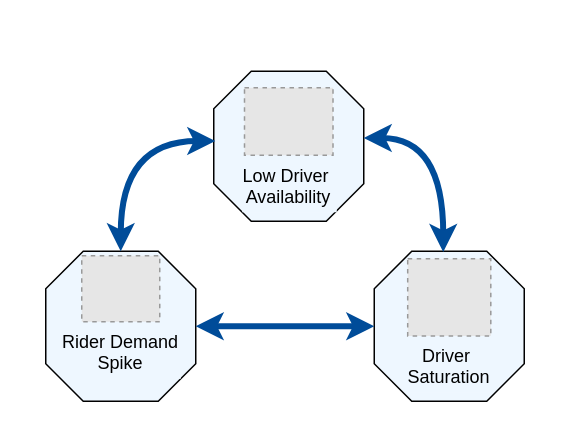
Earlier version of the draw.io diagram Drawio Files/Figure1_diagram.drawio (kangss1/Project-Uber). Source tidied: cells renumbered, new cells numbered last; positions are measured from the earlier drawing's top-left corner, leaving out a move shared by most shapes. Both pictures are drawn from the tidied source at 150%, with x=0, y=0 at pixel (45, 70). Pictures stored in the file or linked from it are replaced by grey dashed boxes.
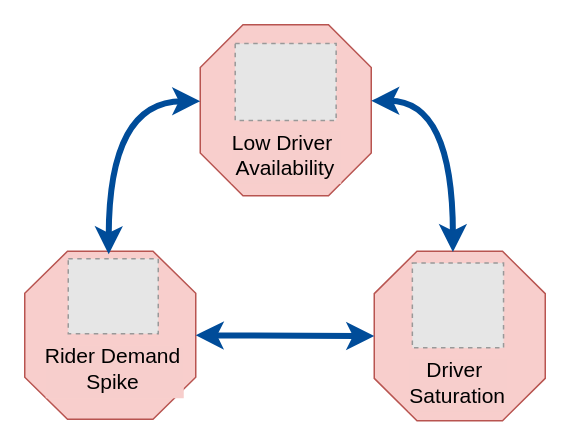
Above is the later version.

Change to the diagram source:
```diff
@@
 <mxGraphModel>
   <root>
     <mxCell id="0" />
     <mxCell id="1" parent="0" />
-    <mxCell id="2" style="group;" parent="1" vertex="1">
-      <mxGeometry y="120" width="100" height="100" as="geometry" />
+    <mxCell id="2" style="group;labelBackgroundColor=light-dark(#f7cecc, #ededed);" parent="1" vertex="1">
+      <mxGeometry x="-14" y="120" width="114" height="112" as="geometry" />
     </mxCell>
-    <mxCell id="3" style="verticalLabelPosition=bottom;verticalAlign=top;html=1;shape=mxgraph.basic.polygon;polyCoords=[[0.25,0],[0.75,0],[1,0.25],[1,0.75],[0.75,1],[0.25,1],[0,0.75],[0,0.25]];polyline=0;fillColor=light-dark(#eef7ff, #ededed);" parent="2" vertex="1">
-      <mxGeometry width="100" height="100" as="geometry" />
+    <mxCell id="3" style="verticalLabelPosition=bottom;verticalAlign=top;html=1;shape=mxgraph.basic.polygon;polyCoords=[[0.25,0],[0.75,0],[1,0.25],[1,0.75],[0.75,1],[0.25,1],[0,0.75],[0,0.25]];polyline=0;fillColor=#f8cecc;strokeColor=#b85450;" parent="2" vertex="1">
+      <mxGeometry width="114" height="112" as="geometry" />
     </mxCell>
-    <mxCell id="4" value="Rider Demand&#10;Spike" style="fillColor=#E6E6E6;strokeColor=#999999;dashed=1;verticalLabelPosition=bottom;labelBackgroundColor=light-dark(#eef7ff, #ededed);verticalAlign=top;align=center;" parent="2" vertex="1">
-      <mxGeometry x="24" y="3" width="52" height="44" as="geometry" />
+    <mxCell id="4" value="Rider Demand&#10;Spike" style="fillColor=#E6E6E6;strokeColor=#999999;dashed=1;verticalLabelPosition=bottom;labelBackgroundColor=light-dark(#f7cecc, #ededed);verticalAlign=top;align=center;fontColor=default;fontSize=14;" parent="2" vertex="1">
+      <mxGeometry x="29" y="5" width="60" height="50" as="geometry" />
     </mxCell>
     <mxCell id="5" style="group;" parent="1" vertex="1">
-      <mxGeometry x="219" y="120" width="100" height="100" as="geometry" />
+      <mxGeometry x="219" y="120" width="114" height="113" as="geometry" />
     </mxCell>
-    <mxCell id="6" style="verticalLabelPosition=bottom;verticalAlign=top;html=1;shape=mxgraph.basic.polygon;polyCoords=[[0.25,0],[0.75,0],[1,0.25],[1,0.75],[0.75,1],[0.25,1],[0,0.75],[0,0.25]];polyline=0;fillColor=light-dark(#eef7ff, #ededed);" parent="5" vertex="1">
-      <mxGeometry width="100" height="100" as="geometry" />
+    <mxCell id="6" style="verticalLabelPosition=bottom;verticalAlign=top;html=1;shape=mxgraph.basic.polygon;polyCoords=[[0.25,0],[0.75,0],[1,0.25],[1,0.75],[0.75,1],[0.25,1],[0,0.75],[0,0.25]];polyline=0;fillColor=#f8cecc;strokeColor=#b85450;" parent="5" vertex="1">
+      <mxGeometry width="114" height="113" as="geometry" />
     </mxCell>
-    <mxCell id="7" value="Driver &#10;Saturation" style="fillColor=#E6E6E6;strokeColor=#999999;dashed=1;verticalLabelPosition=bottom;labelBackgroundColor=light-dark(#eef7ff, #ededed);verticalAlign=top;align=center;" parent="5" vertex="1">
-      <mxGeometry x="22.3" y="5" width="55.4" height="51.5" as="geometry" />
+    <mxCell id="7" value="Driver &#10;Saturation" style="fillColor=#E6E6E6;strokeColor=#999999;dashed=1;verticalLabelPosition=bottom;labelBackgroundColor=light-dark(#f7cecc, #ededed);verticalAlign=top;align=center;fontSize=14;spacingBottom=1;" parent="5" vertex="1">
+      <mxGeometry x="25.4" y="7.9" width="60.8" height="56.5" as="geometry" />
     </mxCell>
     <mxCell id="8" style="group;" parent="1" vertex="1">
-      <mxGeometry x="112" width="100" height="100" as="geometry" />
+      <mxGeometry x="103" y="-31" width="114" height="114" as="geometry" />
     </mxCell>
-    <mxCell id="9" style="verticalLabelPosition=bottom;verticalAlign=top;html=1;shape=mxgraph.basic.polygon;polyCoords=[[0.25,0],[0.75,0],[1,0.25],[1,0.75],[0.75,1],[0.25,1],[0,0.75],[0,0.25]];polyline=0;fillColor=light-dark(#eef7ff, #ededed);" parent="8" vertex="1">
-      <mxGeometry width="100" height="100" as="geometry" />
+    <mxCell id="9" style="verticalLabelPosition=bottom;verticalAlign=top;html=1;shape=mxgraph.basic.polygon;polyCoords=[[0.25,0],[0.75,0],[1,0.25],[1,0.75],[0.75,1],[0.25,1],[0,0.75],[0,0.25]];polyline=0;fillColor=#f8cecc;strokeColor=#b85450;" parent="8" vertex="1">
+      <mxGeometry width="114" height="114" as="geometry" />
     </mxCell>
-    <mxCell id="10" value="Low Driver &#10;Availability" style="fillColor=#E6E6E6;strokeColor=#999999;dashed=1;verticalLabelPosition=bottom;labelBackgroundColor=light-dark(#eef7ff, #ededed);verticalAlign=top;" parent="8" vertex="1">
-      <mxGeometry x="20.5" y="11" width="59" height="45" as="geometry" />
+    <mxCell id="10" value="Low Driver &#10;Availability" style="fillColor=#E6E6E6;strokeColor=#999999;dashed=1;verticalLabelPosition=bottom;labelBackgroundColor=light-dark(#f7cecc, #ededed);verticalAlign=top;fontSize=14;" parent="8" vertex="1">
+      <mxGeometry x="23.3" y="12.5" width="67.3" height="51.3" as="geometry" />
     </mxCell>
     <mxCell id="11" style="edgeStyle=orthogonalEdgeStyle;rounded=0;jettySize=auto;html=1;entryX=1;entryY=0.445;entryDx=0;entryDy=0;entryPerimeter=0;exitX=0.46;exitY=0.005;exitDx=0;exitDy=0;curved=1;exitPerimeter=0;strokeWidth=4;startArrow=classic;startFill=1;fillColor=#dae8fc;strokeColor=#004C99;" parent="1" edge="1" source="6" target="9">
       <mxGeometry relative="1" as="geometry" />
     </mxCell>
     <mxCell id="12" style="edgeStyle=orthogonalEdgeStyle;rounded=0;jettySize=auto;html=1;strokeWidth=4;curved=1;startArrow=classic;startFill=1;strokeColor=#004C99;" parent="1" edge="1" source="6" target="3">
       <mxGeometry relative="1" as="geometry" />
     </mxCell>
-    <mxCell id="13" style="edgeStyle=orthogonalEdgeStyle;rounded=0;jettySize=auto;html=1;entryX=0.01;entryY=0.465;entryDx=0;entryDy=0;entryPerimeter=0;curved=1;strokeWidth=4;startArrow=classic;startFill=1;strokeColor=#004C99;" parent="1" edge="1" source="3" target="9">
-      <mxGeometry relative="1" as="geometry">
-        <Array as="points">
-          <mxPoint x="50" y="47" />
-        </Array>
-      </mxGeometry>
-    </mxCell>
+    <mxCell id="14" style="edgeStyle=orthogonalEdgeStyle;rounded=0;jettySize=auto;html=1;entryX=0.491;entryY=0.018;entryDx=0;entryDy=0;entryPerimeter=0;exitX=0;exitY=0.447;exitDx=0;exitDy=0;curved=1;exitPerimeter=0;strokeWidth=4;startArrow=classic;startFill=1;fillColor=#dae8fc;strokeColor=#004C99;" parent="1" edge="1" source="9" target="3">
+      <mxGeometry relative="1" as="geometry" />
+    </mxCell>
   </root>
 </mxGraphModel>
```
